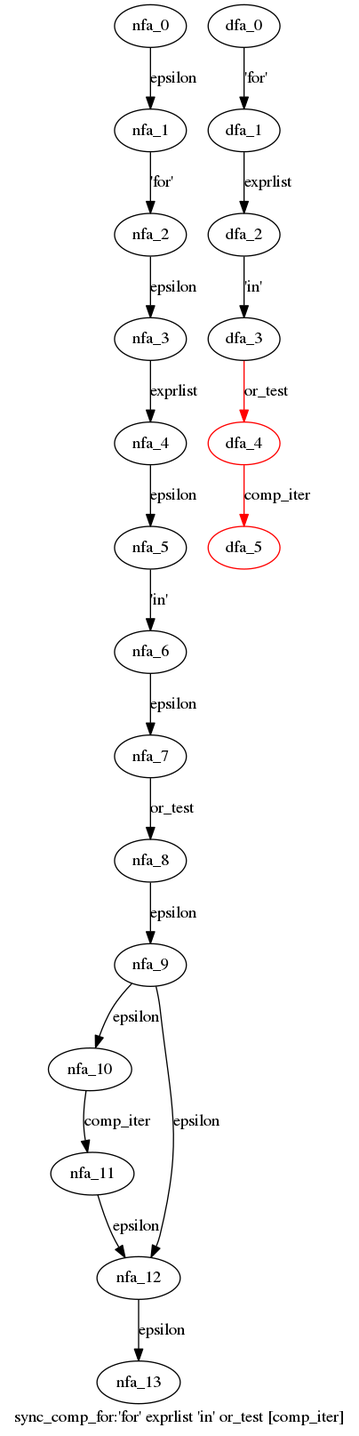
Above: cpython/grammar/handwrite/nfa_dfas/82.sync_comp_for.dot.png in WinChua/blog (Graphviz), before the change. Its source is kept beside it as cpython/grammar/handwrite/nfa_dfas/82.sync_comp_for.dot.
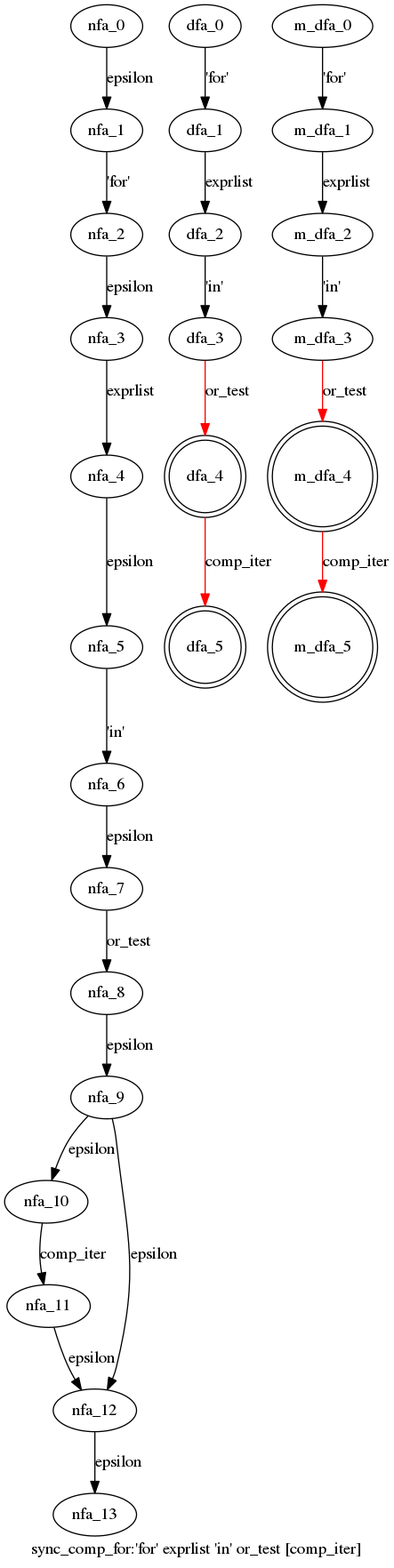
Later version of the same file.

What changed in the source:
```diff
@@ -22,7 +22,16 @@
   dfa_2->dfa_3[label="'in'"]
   dfa_3->dfa_4[label="or_test",color=red]
   dfa_4->dfa_5[label="comp_iter",color=red]
-  dfa_4[color=red]
-  dfa_5[color=red]
+  dfa_4[shape=doublecircle]
+  dfa_5[shape=doublecircle]
+  }
+ subgraph sync_comp_for_m_dfa {
+  m_dfa_0->m_dfa_1[label="'for'"]
+  m_dfa_1->m_dfa_2[label="exprlist"]
+  m_dfa_2->m_dfa_3[label="'in'"]
+  m_dfa_3->m_dfa_4[label="or_test",color=red]
+  m_dfa_4->m_dfa_5[label="comp_iter",color=red]
+  m_dfa_4[shape=doublecircle]
+  m_dfa_5[shape=doublecircle]
   }
 }
```
